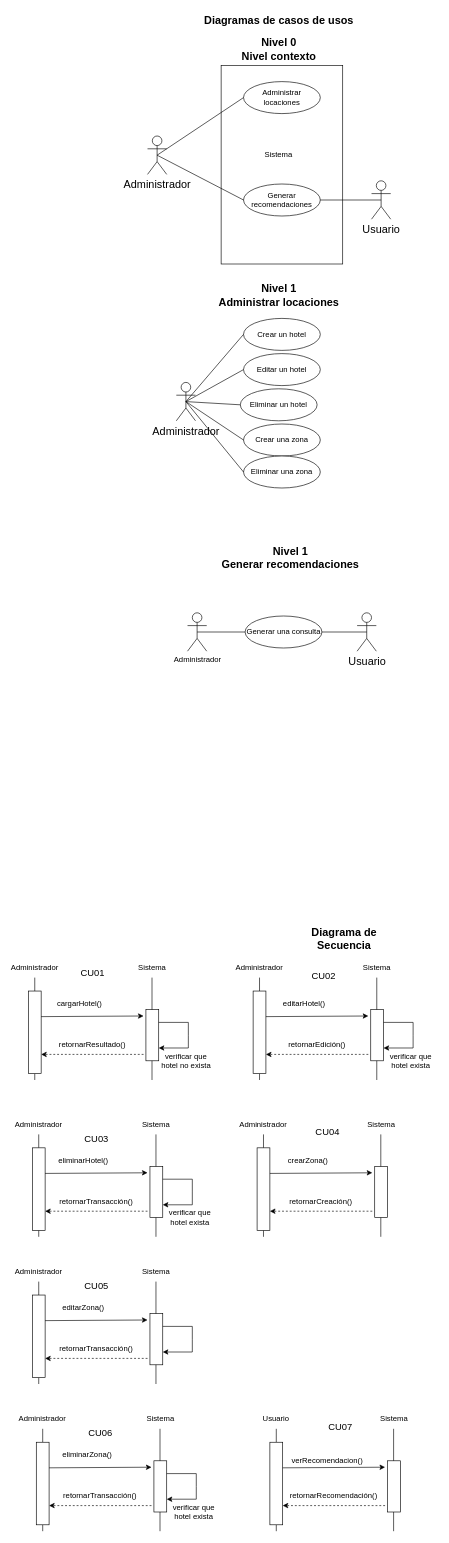
Before: Diagrams-Thesis-GA.drawio in Alexjes98/diagrams, a draw.io diagram. Source tidied: cells renumbered, new cells numbered last; positions are measured from the earlier drawing's top-left corner, leaving out a move shared by most shapes. Both pictures are drawn from the tidied source at 64%, with x=0, y=0 at pixel (15, 11).
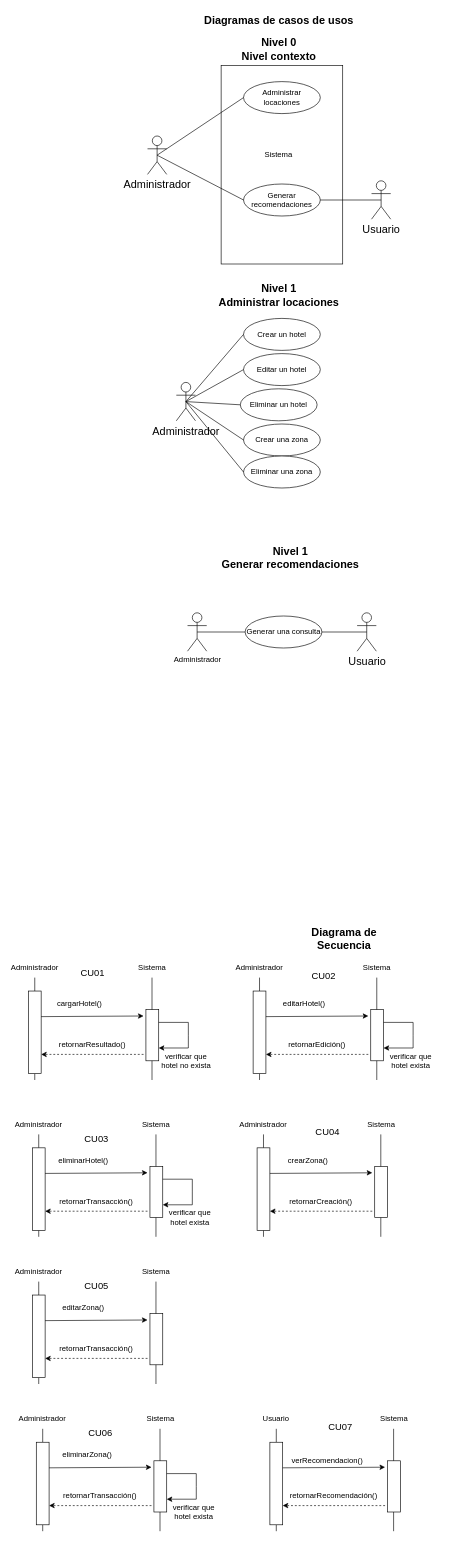
The same diagram, later.

Unchanged cells that the change refers to:
```xml
<mxCell id="106" style="rounded=0;whiteSpace=wrap;html=1;" parent="1" vertex="1">
  <mxGeometry x="209.8" y="2035" width="20" height="80" as="geometry" />
</mxCell>
```

The edit, as a diff of the source:
```diff
@@
-    <mxCell id="108" style="endArrow=classic;html=1;rounded=0;exitX=1;exitY=0.25;exitDx=0;exitDy=0;entryX=1;entryY=0.75;entryDx=0;entryDy=0;" parent="1" edge="1" source="106" target="106">
-      <mxGeometry relative="1" as="geometry">
-        <Array as="points">
-          <mxPoint x="276" y="2055" />
-          <mxPoint x="276" y="2075" />
-          <mxPoint x="276" y="2095" />
-        </Array>
-      </mxGeometry>
-    </mxCell>
```
